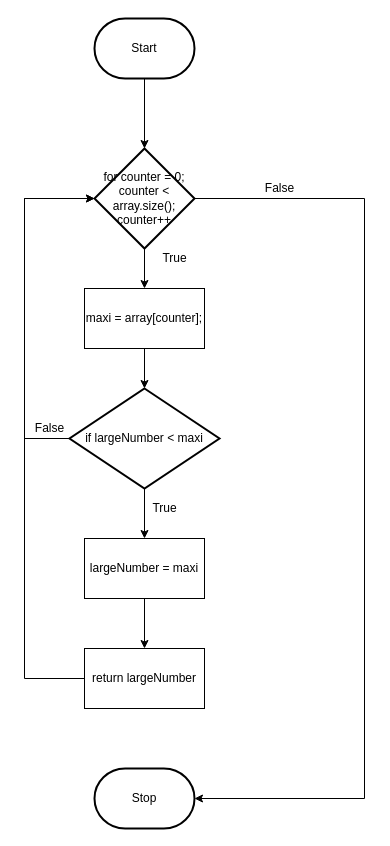
The draw.io diagram flowchart.drawio in michael-clermont1/ICS3U-Unit6-03-Python, before the edit. Source tidied: cells renumbered, new cells numbered last; positions are measured from the earlier drawing's top-left corner, leaving out a move shared by most shapes. Both pictures are drawn from the tidied source at 100%, with x=0, y=0 at pixel (24, 18).
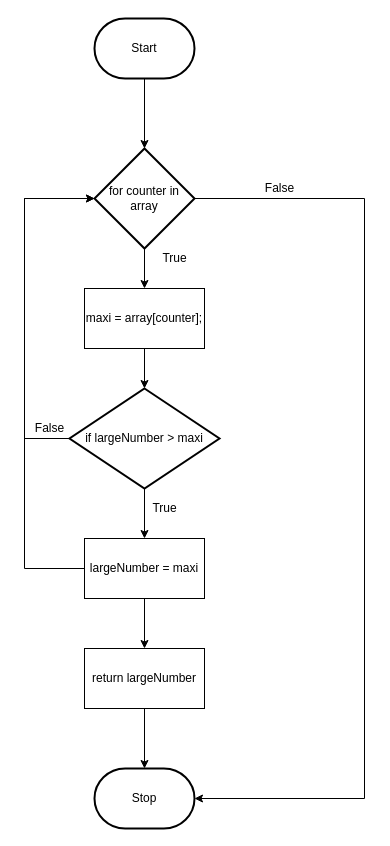
After the change.

Unchanged cells that the change refers to:
```xml
<mxCell id="4" value="Stop" style="strokeWidth=2;html=1;shape=mxgraph.flowchart.terminator;whiteSpace=wrap;" parent="1" vertex="1">
  <mxGeometry x="70" y="750" width="100" height="60" as="geometry" />
</mxCell>
<mxCell id="16" value="largeNumber = maxi" style="rounded=0;whiteSpace=wrap;html=1;" parent="1" vertex="1">
  <mxGeometry x="60" y="520" width="120" height="60" as="geometry" />
</mxCell>
<mxCell id="18" value="return largeNumber" style="rounded=0;whiteSpace=wrap;html=1;" parent="1" vertex="1">
  <mxGeometry x="60" y="630" width="120" height="60" as="geometry" />
</mxCell>
```

Change to the diagram source:
```diff
@@
-    <mxCell id="9" value="for&amp;nbsp;counter = 0; counter &amp;lt; array.size(); counter++" style="strokeWidth=2;html=1;shape=mxgraph.flowchart.decision;whiteSpace=wrap;" parent="1" vertex="1">
+    <mxCell id="9" value="for counter in array" style="strokeWidth=2;html=1;shape=mxgraph.flowchart.decision;whiteSpace=wrap;" parent="1" vertex="1">
       <mxGeometry x="70" y="130" width="100" height="100" as="geometry" />
     </mxCell>
@@
-    <mxCell id="14" value="if largeNumber &amp;lt; maxi" style="strokeWidth=2;html=1;shape=mxgraph.flowchart.decision;whiteSpace=wrap;" parent="1" vertex="1">
+    <mxCell id="14" value="if largeNumber &amp;gt; maxi" style="strokeWidth=2;html=1;shape=mxgraph.flowchart.decision;whiteSpace=wrap;" parent="1" vertex="1">
       <mxGeometry x="45" y="370" width="150" height="100" as="geometry" />
     </mxCell>
@@
+    <mxCell id="21" style="edgeStyle=orthogonalEdgeStyle;rounded=0;html=1;entryX=0;entryY=0.5;entryDx=0;entryDy=0;entryPerimeter=0;" parent="1" edge="1" source="16" target="9">
+      <mxGeometry relative="1" as="geometry">
+        <Array as="points">
+          <mxPoint y="550" />
+          <mxPoint y="180" />
+        </Array>
+      </mxGeometry>
+    </mxCell>
@@
-    <mxCell id="17" style="edgeStyle=orthogonalEdgeStyle;rounded=0;html=1;entryX=0;entryY=0.5;entryDx=0;entryDy=0;entryPerimeter=0;" parent="1" edge="1" source="18" target="9">
-      <mxGeometry relative="1" as="geometry">
-        <Array as="points">
-          <mxPoint y="660" />
-          <mxPoint y="180" />
-        </Array>
-      </mxGeometry>
-    </mxCell>
+    <mxCell id="22" style="edgeStyle=none;html=1;entryX=0.5;entryY=0;entryDx=0;entryDy=0;entryPerimeter=0;" parent="1" edge="1" source="18" target="4">
+      <mxGeometry relative="1" as="geometry" />
+    </mxCell>
```
